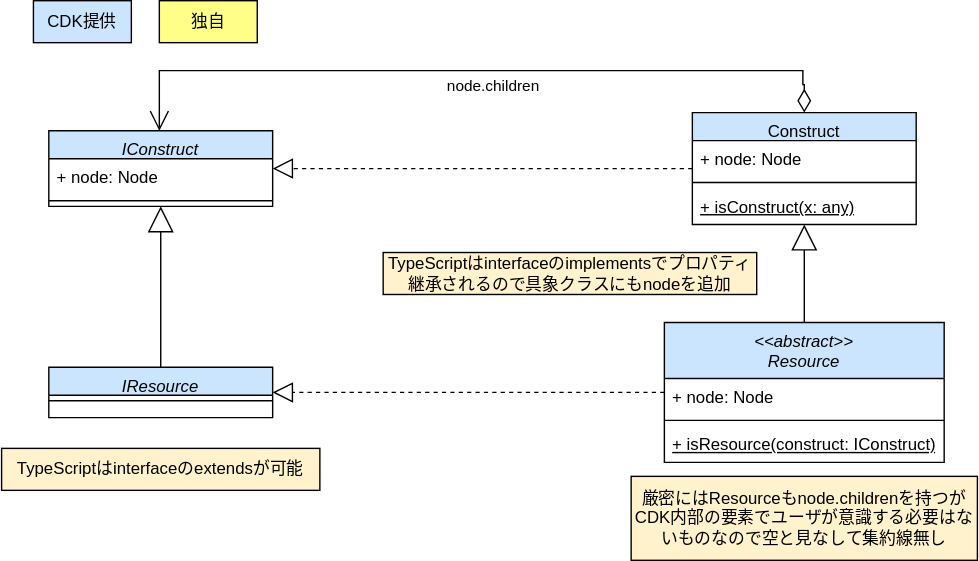
Before: drawio/composite/composite-cdk.drawio.svg, a diagram exported from draw.io (go-to-k/cdk-gof-design-pattern). Source tidied: cells renumbered, new cells last; positions are measured from the earlier drawing's top-left corner, leaving out a move shared by most shapes. The source it was exported from:
```xml
<mxGraphModel background="#ffffff">
  <root>
    <mxCell id="0" />
    <mxCell id="1" parent="0" />
    <mxCell id="2" value="&lt;&lt;abstract&gt;&gt;&#10;Resource" style="swimlane;fontStyle=2;align=center;verticalAlign=top;horizontal=1;startSize=40;rounded=0;shadow=0;strokeWidth=1;fillColor=#cce5ff;strokeColor=#000000;fontColor=#000000;" parent="1" vertex="1">
      <mxGeometry x="474" y="230" width="200" height="100" as="geometry" />
    </mxCell>
    <mxCell id="3" value="+ node:&amp;nbsp;Node" style="text;strokeColor=none;fillColor=none;align=left;verticalAlign=top;spacingLeft=4;spacingRight=4;overflow=hidden;whiteSpace=wrap;html=1;fontColor=#000000;" parent="2" vertex="1">
      <mxGeometry y="40" width="200" height="26" as="geometry" />
    </mxCell>
    <mxCell id="4" style="line;html=1;strokeWidth=1;align=left;verticalAlign=middle;spacingTop=-1;spacingLeft=3;spacingRight=3;labelPosition=right;strokeColor=#000000;fontColor=#000000;" parent="2" vertex="1">
      <mxGeometry y="66" width="200" height="8" as="geometry" />
    </mxCell>
    <mxCell id="5" value="&lt;u&gt;+ isResource(construct: IConstruct)&lt;/u&gt;" style="text;strokeColor=none;fillColor=none;align=left;verticalAlign=top;spacingLeft=4;spacingRight=4;overflow=hidden;whiteSpace=wrap;html=1;fontColor=#000000;" parent="2" vertex="1">
      <mxGeometry y="74" width="200" height="26" as="geometry" />
    </mxCell>
    <mxCell id="6" value="Construct" style="swimlane;fontStyle=0;align=center;verticalAlign=top;horizontal=1;startSize=20;rounded=0;shadow=0;strokeWidth=1;fillColor=#cce5ff;strokeColor=#000000;fontColor=#000000;" parent="1" vertex="1">
      <mxGeometry x="494" y="80" width="160" height="80" as="geometry" />
    </mxCell>
    <mxCell id="7" value="+ node:&amp;nbsp;Node" style="text;strokeColor=none;fillColor=none;align=left;verticalAlign=top;spacingLeft=4;spacingRight=4;overflow=hidden;whiteSpace=wrap;html=1;fontColor=#000000;" parent="6" vertex="1">
      <mxGeometry y="20" width="160" height="26" as="geometry" />
    </mxCell>
    <mxCell id="8" style="line;html=1;strokeWidth=1;align=left;verticalAlign=middle;spacingTop=-1;spacingLeft=3;spacingRight=3;labelPosition=right;strokeColor=#000000;fontColor=#000000;" parent="6" vertex="1">
      <mxGeometry y="46" width="160" height="8" as="geometry" />
    </mxCell>
    <mxCell id="9" value="&lt;u&gt;+&amp;nbsp;isConstruct(x: any)&lt;/u&gt;" style="text;strokeColor=none;fillColor=none;align=left;verticalAlign=top;spacingLeft=4;spacingRight=4;overflow=hidden;whiteSpace=wrap;html=1;fontColor=#000000;" parent="6" vertex="1">
      <mxGeometry y="54" width="160" height="26" as="geometry" />
    </mxCell>
    <mxCell id="10" value="IResource" style="swimlane;fontStyle=2;align=center;verticalAlign=top;horizontal=1;startSize=20;rounded=0;shadow=0;strokeWidth=1;fillColor=#cce5ff;strokeColor=#000000;fontColor=#000000;" parent="1" vertex="1">
      <mxGeometry x="34" y="262" width="160" height="36" as="geometry" />
    </mxCell>
    <mxCell id="11" style="line;html=1;strokeWidth=1;align=left;verticalAlign=middle;spacingTop=-1;spacingLeft=3;spacingRight=3;labelPosition=right;strokeColor=#000000;fontColor=#000000;" parent="10" vertex="1">
      <mxGeometry y="20" width="160" height="8" as="geometry" />
    </mxCell>
    <mxCell id="12" value="IConstruct" style="swimlane;fontStyle=2;align=center;verticalAlign=top;horizontal=1;startSize=20;rounded=0;shadow=0;strokeWidth=1;fillColor=#cce5ff;strokeColor=#000000;fontColor=#000000;" parent="1" vertex="1">
      <mxGeometry x="34" y="93" width="160" height="54" as="geometry" />
    </mxCell>
    <mxCell id="13" value="+ node:&amp;nbsp;Node" style="text;strokeColor=none;fillColor=none;align=left;verticalAlign=top;spacingLeft=4;spacingRight=4;overflow=hidden;whiteSpace=wrap;html=1;fontColor=#000000;" parent="12" vertex="1">
      <mxGeometry y="20" width="160" height="26" as="geometry" />
    </mxCell>
    <mxCell id="14" style="line;html=1;strokeWidth=1;align=left;verticalAlign=middle;spacingTop=-1;spacingLeft=3;spacingRight=3;labelPosition=right;strokeColor=#000000;fontColor=#000000;" parent="12" vertex="1">
      <mxGeometry y="46" width="160" height="8" as="geometry" />
    </mxCell>
    <mxCell id="15" style="endArrow=block;dashed=1;endFill=0;endSize=12;html=1;rounded=0;entryX=1;entryY=0.5;entryDx=0;entryDy=0;exitX=0;exitY=0.5;exitDx=0;exitDy=0;strokeColor=#000000;fontColor=#000000;labelBackgroundColor=none;" parent="1" edge="1" source="6" target="12">
      <mxGeometry relative="1" as="geometry" />
    </mxCell>
    <mxCell id="16" style="endArrow=block;endSize=16;endFill=0;html=1;rounded=0;entryX=0.5;entryY=1;entryDx=0;entryDy=0;strokeColor=#000000;fontColor=#000000;labelBorderColor=none;labelBackgroundColor=none;" parent="1" edge="1" source="2" target="6">
      <mxGeometry relative="1" as="geometry" />
    </mxCell>
    <mxCell id="17" style="endArrow=block;dashed=1;endFill=0;endSize=12;html=1;rounded=0;entryX=1;entryY=0.5;entryDx=0;entryDy=0;exitX=0;exitY=0.5;exitDx=0;exitDy=0;strokeColor=#000000;fontColor=#000000;labelBackgroundColor=none;" parent="1" edge="1" source="2" target="10">
      <mxGeometry relative="1" as="geometry" />
    </mxCell>
    <mxCell id="18" style="endArrow=block;endSize=16;endFill=0;html=1;rounded=0;entryX=0.5;entryY=1;entryDx=0;entryDy=0;exitX=0.5;exitY=0;exitDx=0;exitDy=0;strokeColor=#000000;fontColor=#000000;labelBorderColor=none;labelBackgroundColor=none;" parent="1" edge="1" source="10" target="12">
      <mxGeometry relative="1" as="geometry" />
    </mxCell>
    <mxCell id="19" value="厳密にはResourceもnode.childrenを持つがCDK内部の要素でユーザが意識する必要はないものなので空と見なして集約線無し" style="text;html=1;strokeColor=#000000;fillColor=#fff2cc;align=center;verticalAlign=middle;whiteSpace=wrap;rounded=0;fontColor=#000000;" parent="1" vertex="1">
      <mxGeometry x="450.2" y="340" width="247.5" height="60" as="geometry" />
    </mxCell>
    <mxCell id="20" value="TypeScriptはinterfaceのimplementsでプロパティ継承されるので具象クラスにもnodeを追加" style="text;html=1;strokeColor=#000000;fillColor=#fff2cc;align=center;verticalAlign=middle;whiteSpace=wrap;rounded=0;fontColor=#000000;" parent="1" vertex="1">
      <mxGeometry x="273" y="180" width="267" height="30" as="geometry" />
    </mxCell>
    <mxCell id="21" value="node.children" style="endArrow=open;html=1;endSize=12;startArrow=diamondThin;startSize=14;startFill=0;edgeStyle=orthogonalEdgeStyle;align=left;verticalAlign=bottom;rounded=0;exitX=0.5;exitY=0;exitDx=0;exitDy=0;strokeColor=#000000;fontColor=#000000;labelBackgroundColor=none;" parent="1" edge="1" source="6" target="12">
      <mxGeometry x="0.07" y="20" relative="1" as="geometry">
        <Array as="points">
          <mxPoint x="574" y="60" />
          <mxPoint x="573" y="60" />
          <mxPoint x="573" y="50" />
          <mxPoint x="113" y="50" />
        </Array>
      </mxGeometry>
    </mxCell>
    <mxCell id="22" value="TypeScriptはinterfaceのextendsが可能" style="text;html=1;strokeColor=#000000;fillColor=#fff2cc;align=center;verticalAlign=middle;whiteSpace=wrap;rounded=0;fontColor=#000000;" parent="1" vertex="1">
      <mxGeometry x="0.2" y="320" width="227.5" height="30" as="geometry" />
    </mxCell>
    <mxCell id="23" value="独自" style="rounded=0;whiteSpace=wrap;html=1;fillColor=#ffff88;strokeColor=#000000;fontColor=#000000;" parent="1" vertex="1">
      <mxGeometry x="113" width="70" height="30" as="geometry" />
    </mxCell>
    <mxCell id="24" value="CDK提供" style="rounded=0;whiteSpace=wrap;html=1;fillColor=#cce5ff;strokeColor=#000000;fontColor=#000000;" parent="1" vertex="1">
      <mxGeometry x="23" width="70" height="30" as="geometry" />
    </mxCell>
  </root>
</mxGraphModel>
```
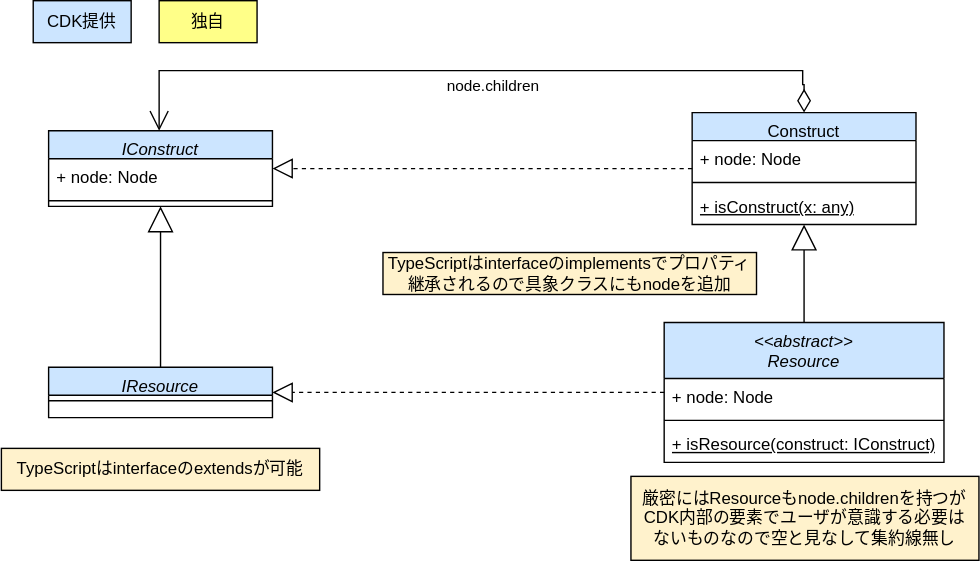
Above is the later version.

What changed in the source:
```diff
@@ -53,8 +53,8 @@
     <mxCell id="18" style="endArrow=block;endSize=16;endFill=0;html=1;rounded=0;entryX=0.5;entryY=1;entryDx=0;entryDy=0;exitX=0.5;exitY=0;exitDx=0;exitDy=0;strokeColor=#000000;fontColor=#000000;labelBorderColor=none;labelBackgroundColor=none;" parent="1" edge="1" source="10" target="12">
       <mxGeometry relative="1" as="geometry" />
     </mxCell>
-    <mxCell id="19" value="厳密にはResourceもnode.childrenを持つがCDK内部の要素でユーザが意識する必要はないものなので空と見なして集約線無し" style="text;html=1;strokeColor=#000000;fillColor=#fff2cc;align=center;verticalAlign=middle;whiteSpace=wrap;rounded=0;fontColor=#000000;" parent="1" vertex="1">
-      <mxGeometry x="450.2" y="340" width="247.5" height="60" as="geometry" />
+    <mxCell id="19" value="厳密にはResourceもnode.childrenを持つがCDK内部の要素でユーザが意識する必要は&lt;br&gt;ないものなので空と見なして集約線無し" style="text;html=1;strokeColor=#000000;fillColor=#fff2cc;align=center;verticalAlign=middle;whiteSpace=wrap;rounded=0;fontColor=#000000;" parent="1" vertex="1">
+      <mxGeometry x="450.2" y="340" width="248.8" height="60" as="geometry" />
     </mxCell>
     <mxCell id="20" value="TypeScriptはinterfaceのimplementsでプロパティ継承されるので具象クラスにもnodeを追加" style="text;html=1;strokeColor=#000000;fillColor=#fff2cc;align=center;verticalAlign=middle;whiteSpace=wrap;rounded=0;fontColor=#000000;" parent="1" vertex="1">
       <mxGeometry x="273" y="180" width="267" height="30" as="geometry" />
```
